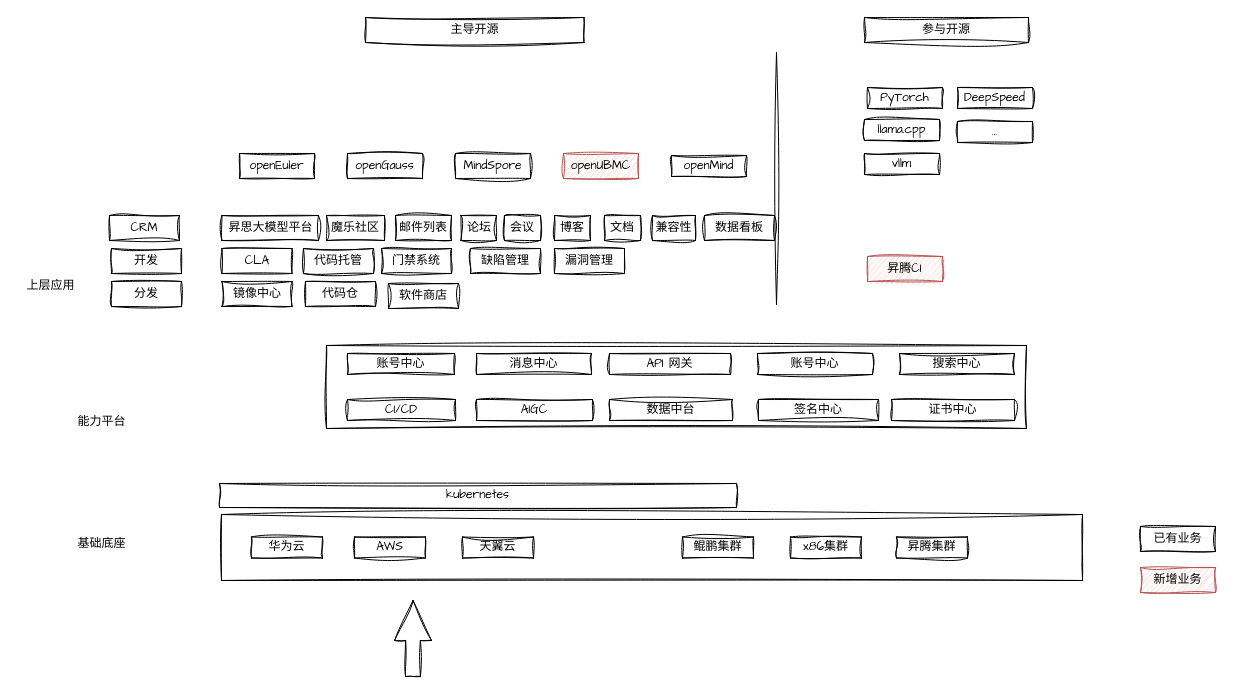
The draw.io diagram 基础设施草图.drawio in pkking/mydrawio, before the edit. Source tidied: cells renumbered, new cells numbered last; positions are measured from the earlier drawing's top-left corner, leaving out a move shared by most shapes. Both pictures are drawn from the tidied source at 100%, with x=0, y=0 at pixel (17, 17).
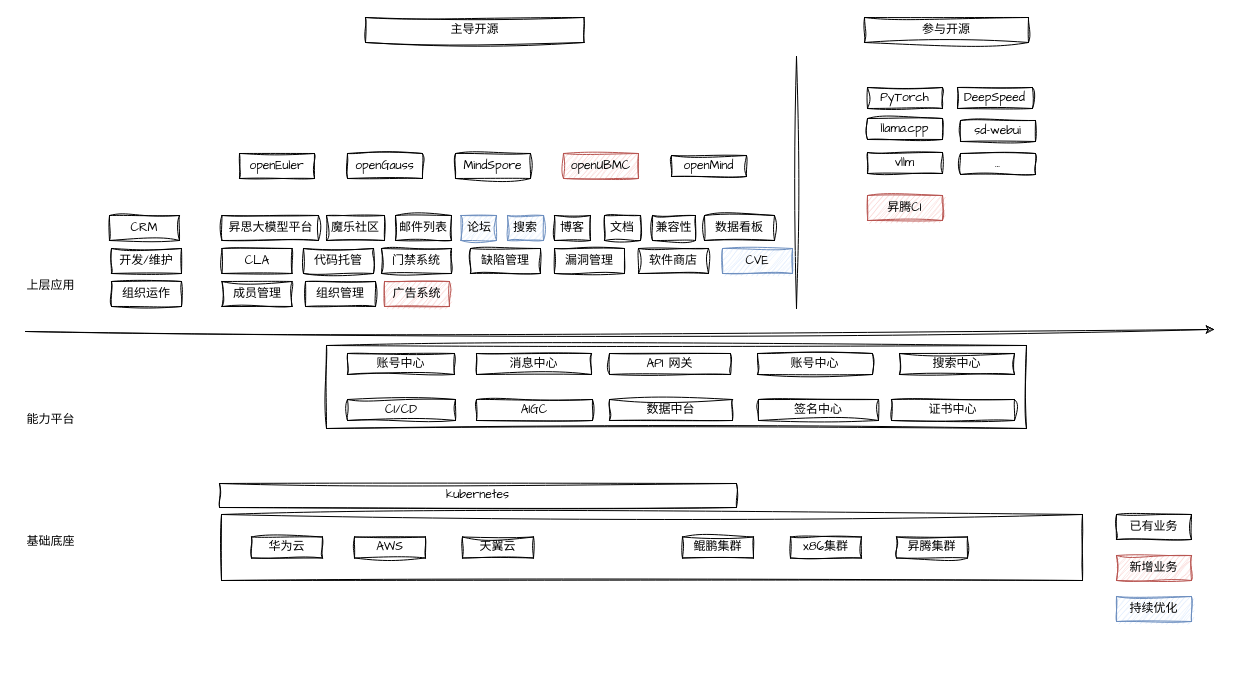
The same page after the edit.

Commit message:
更新基础设施草图.drawio

What changed in the source:
```diff
@@
     <mxCell id="5" value="已有业务" style="rounded=0;whiteSpace=wrap;html=1;sketch=1;curveFitting=1;jiggle=2;fontFamily=Comic Sans MS;" parent="1" vertex="1">
-      <mxGeometry x="1123" y="509" width="75" height="25" as="geometry" />
+      <mxGeometry x="1099" y="497" width="75" height="25" as="geometry" />
     </mxCell>
     <mxCell id="6" value="新增业务" style="rounded=0;whiteSpace=wrap;html=1;fillColor=#f8cecc;strokeColor=#b85450;sketch=1;curveFitting=1;jiggle=2;fontFamily=Comic Sans MS;" parent="1" vertex="1">
-      <mxGeometry x="1123" y="550" width="75" height="25" as="geometry" />
+      <mxGeometry x="1099" y="538" width="75" height="25" as="geometry" />
     </mxCell>
@@
     <mxCell id="12" style="endArrow=none;html=1;rounded=0;sketch=1;hachureGap=4;jiggle=2;curveFitting=1;fontFamily=Architects Daughter;" parent="1" edge="1">
       <mxGeometry relative="1" as="geometry">
-        <mxPoint x="759" y="287" as="sourcePoint" />
-        <mxPoint x="759" y="35" as="targetPoint" />
+        <mxPoint x="779" y="291" as="sourcePoint" />
+        <mxPoint x="779" y="39" as="targetPoint" />
       </mxGeometry>
     </mxCell>
-    <mxCell id="13" style="html=1;shadow=0;dashed=0;align=center;verticalAlign=middle;shape=mxgraph.arrows2.arrow;dy=0.6;dx=40;direction=north;notch=0;sketch=1;hachureGap=4;jiggle=2;curveFitting=1;fontFamily=Architects Daughter;" parent="1" vertex="1">
-      <mxGeometry x="377" y="583" width="37" height="76" as="geometry" />
-    </mxCell>
     <mxCell id="14" value="昇腾CI" style="rounded=0;whiteSpace=wrap;html=1;sketch=1;curveFitting=1;jiggle=2;fontFamily=Comic Sans MS;fillColor=#f8cecc;strokeColor=#b85450;" parent="1" vertex="1">
-      <mxGeometry x="850" y="239" width="75" height="25" as="geometry" />
+      <mxGeometry x="850" y="178" width="75" height="25" as="geometry" />
     </mxCell>
@@
     <mxCell id="18" value="llama.cpp" style="rounded=0;whiteSpace=wrap;html=1;sketch=1;hachureGap=4;jiggle=2;curveFitting=1;fontFamily=Architects Daughter;" parent="1" vertex="1">
-      <mxGeometry x="847" y="102" width="75" height="21" as="geometry" />
+      <mxGeometry x="850" y="101" width="75" height="21" as="geometry" />
     </mxCell>
     <mxCell id="19" value="vllm" style="rounded=0;whiteSpace=wrap;html=1;sketch=1;hachureGap=4;jiggle=2;curveFitting=1;fontFamily=Architects Daughter;" parent="1" vertex="1">
-      <mxGeometry x="847" y="136" width="75" height="21" as="geometry" />
+      <mxGeometry x="850" y="135" width="75" height="21" as="geometry" />
     </mxCell>
-    <mxCell id="20" value="..." style="rounded=0;whiteSpace=wrap;html=1;sketch=1;hachureGap=4;jiggle=2;curveFitting=1;fontFamily=Architects Daughter;" parent="1" vertex="1">
-      <mxGeometry x="940" y="104" width="75" height="21" as="geometry" />
+    <mxCell id="20" value="sd-webui" style="rounded=0;whiteSpace=wrap;html=1;sketch=1;hachureGap=4;jiggle=2;curveFitting=1;fontFamily=Architects Daughter;" parent="1" vertex="1">
+      <mxGeometry x="943" y="103" width="75" height="21" as="geometry" />
     </mxCell>
@@
     <mxCell id="24" value="能力平台" style="text;html=1;align=center;verticalAlign=middle;strokeColor=none;fillColor=none;fontFamily=Architects Daughter;" parent="1" vertex="1">
-      <mxGeometry x="51" y="392" width="66" height="26" as="geometry" />
+      <mxGeometry y="390" width="66" height="26" as="geometry" />
     </mxCell>
     <mxCell id="25" value="基础底座" style="text;html=1;align=center;verticalAlign=middle;strokeColor=none;fillColor=none;fontFamily=Architects Daughter;" parent="1" vertex="1">
-      <mxGeometry x="51" y="514" width="66" height="26" as="geometry" />
+      <mxGeometry y="512" width="66" height="26" as="geometry" />
     </mxCell>
@@
-    <mxCell id="44" value="会议" style="rounded=0;whiteSpace=wrap;html=1;sketch=1;curveFitting=1;jiggle=2;fontFamily=Comic Sans MS;" parent="1" vertex="1">
-      <mxGeometry x="487" y="198" width="36" height="25" as="geometry" />
-    </mxCell>
-    <mxCell id="45" value="开发" style="rounded=0;whiteSpace=wrap;html=1;sketch=1;curveFitting=1;jiggle=2;fontFamily=Comic Sans MS;" parent="1" vertex="1">
+    <mxCell id="45" value="开发/维护" style="rounded=0;whiteSpace=wrap;html=1;sketch=1;curveFitting=1;jiggle=2;fontFamily=Comic Sans MS;" parent="1" vertex="1">
       <mxGeometry x="94" y="231" width="70" height="25" as="geometry" />
     </mxCell>
-    <mxCell id="46" value="论坛" style="rounded=0;whiteSpace=wrap;html=1;sketch=1;curveFitting=1;jiggle=2;fontFamily=Comic Sans MS;" parent="1" vertex="1">
+    <mxCell id="46" value="论坛" style="rounded=0;whiteSpace=wrap;html=1;sketch=1;curveFitting=1;jiggle=2;fontFamily=Comic Sans MS;fillColor=#dae8fc;strokeColor=#6c8ebf;" parent="1" vertex="1">
       <mxGeometry x="443.5" y="198" width="35.5" height="25" as="geometry" />
     </mxCell>
-    <mxCell id="47" value="分发" style="rounded=0;whiteSpace=wrap;html=1;sketch=1;curveFitting=1;jiggle=2;fontFamily=Comic Sans MS;" parent="1" vertex="1">
+    <mxCell id="47" value="组织运作" style="rounded=0;whiteSpace=wrap;html=1;sketch=1;curveFitting=1;jiggle=2;fontFamily=Comic Sans MS;" parent="1" vertex="1">
       <mxGeometry x="94" y="264" width="70" height="25" as="geometry" />
     </mxCell>
@@
-    <mxCell id="51" value="镜像中心" style="rounded=0;whiteSpace=wrap;html=1;sketch=1;curveFitting=1;jiggle=2;fontFamily=Comic Sans MS;" parent="1" vertex="1">
+    <mxCell id="51" value="成员管理" style="rounded=0;whiteSpace=wrap;html=1;sketch=1;curveFitting=1;jiggle=2;fontFamily=Comic Sans MS;" parent="1" vertex="1">
       <mxGeometry x="204.5" y="264" width="70" height="25" as="geometry" />
     </mxCell>
-    <mxCell id="52" value="代码仓" style="rounded=0;whiteSpace=wrap;html=1;sketch=1;curveFitting=1;jiggle=2;fontFamily=Comic Sans MS;" parent="1" vertex="1">
+    <mxCell id="52" value="组织管理" style="rounded=0;whiteSpace=wrap;html=1;sketch=1;curveFitting=1;jiggle=2;fontFamily=Comic Sans MS;" parent="1" vertex="1">
       <mxGeometry x="288" y="264" width="70" height="25" as="geometry" />
     </mxCell>
@@
     <mxCell id="59" value="软件商店" style="rounded=0;whiteSpace=wrap;html=1;sketch=1;curveFitting=1;jiggle=2;fontFamily=Comic Sans MS;" parent="1" vertex="1">
-      <mxGeometry x="371" y="266" width="70" height="25" as="geometry" />
+      <mxGeometry x="621" y="231" width="70" height="25" as="geometry" />
     </mxCell>
@@
+    <mxCell id="61" value="广告系统" style="rounded=0;whiteSpace=wrap;html=1;sketch=1;curveFitting=1;jiggle=2;fontFamily=Comic Sans MS;fillColor=#f8cecc;strokeColor=#b85450;" parent="1" vertex="1">
+      <mxGeometry x="367" y="264" width="65" height="25" as="geometry" />
+    </mxCell>
+    <mxCell id="62" value="..." style="rounded=0;whiteSpace=wrap;html=1;sketch=1;hachureGap=4;jiggle=2;curveFitting=1;fontFamily=Architects Daughter;" parent="1" vertex="1">
+      <mxGeometry x="943" y="136" width="75" height="21" as="geometry" />
+    </mxCell>
+    <mxCell id="63" style="endArrow=classic;html=1;rounded=0;sketch=1;hachureGap=4;jiggle=2;curveFitting=1;fontFamily=Architects Daughter;" parent="1" edge="1">
+      <mxGeometry relative="1" as="geometry">
+        <mxPoint x="8" y="314" as="sourcePoint" />
+        <mxPoint x="1197" y="312" as="targetPoint" />
+      </mxGeometry>
+    </mxCell>
+    <mxCell id="64" value="持续优化" style="rounded=0;whiteSpace=wrap;html=1;sketch=1;curveFitting=1;jiggle=2;fontFamily=Comic Sans MS;fillColor=#dae8fc;strokeColor=#6c8ebf;" parent="1" vertex="1">
+      <mxGeometry x="1099" y="579" width="75" height="25" as="geometry" />
+    </mxCell>
+    <mxCell id="65" value="搜索" style="rounded=0;whiteSpace=wrap;html=1;sketch=1;curveFitting=1;jiggle=2;fontFamily=Comic Sans MS;fillColor=#dae8fc;strokeColor=#6c8ebf;" parent="1" vertex="1">
+      <mxGeometry x="490" y="198" width="36" height="25" as="geometry" />
+    </mxCell>
+    <mxCell id="66" value="CVE" style="rounded=0;whiteSpace=wrap;html=1;sketch=1;curveFitting=1;jiggle=2;fontFamily=Comic Sans MS;fillColor=#dae8fc;strokeColor=#6c8ebf;" parent="1" vertex="1">
+      <mxGeometry x="705" y="231" width="70" height="25" as="geometry" />
+    </mxCell>
```
